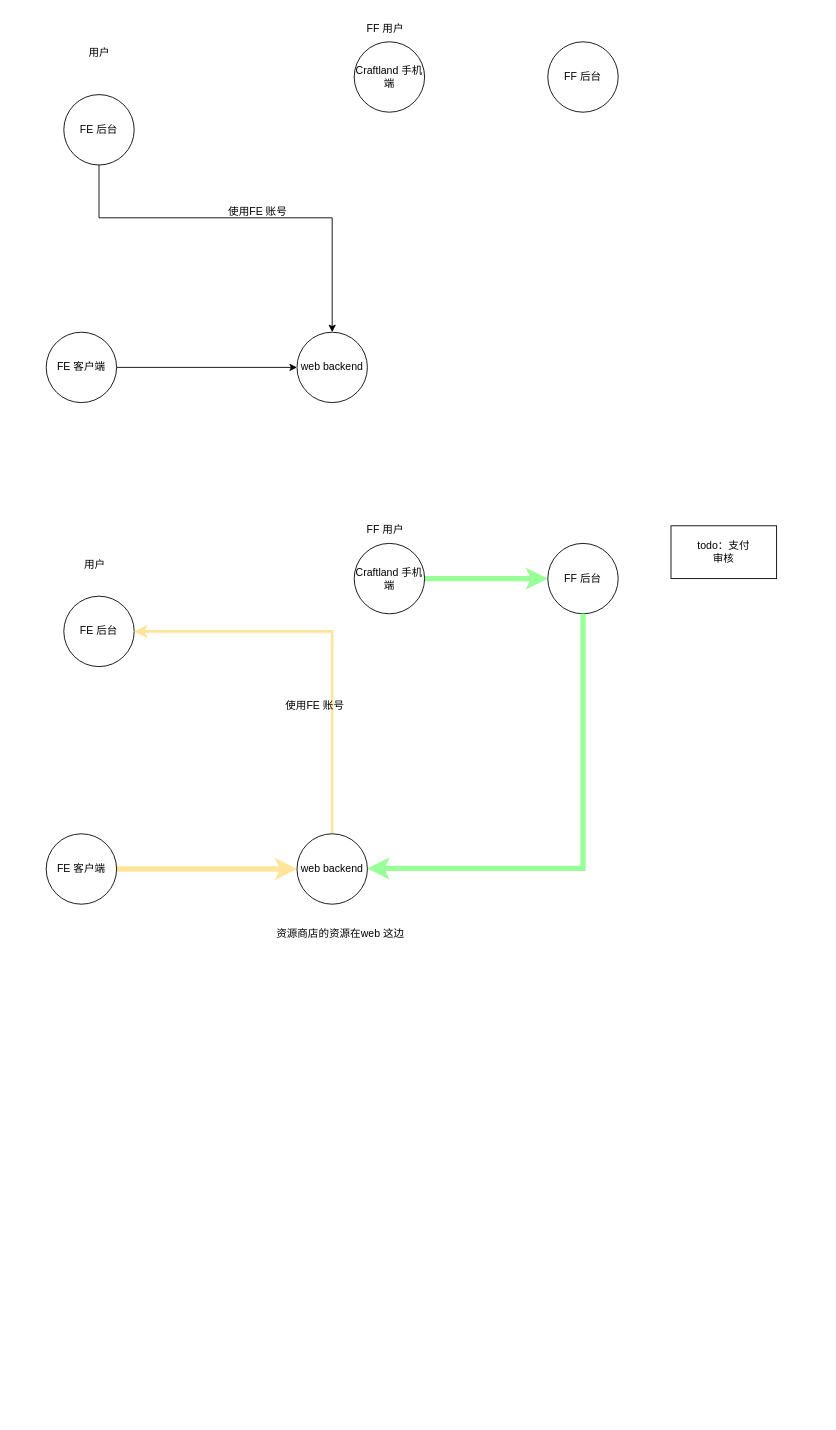
The draw.io diagram 资源商店.drawio in onlyonedaniel/wiki, before the edit. Source tidied: cells renumbered, new cells numbered last; positions are measured from the earlier drawing's top-left corner, leaving out a move shared by most shapes. Both pictures are drawn from the tidied source at 88%, with x=0, y=0 at pixel (46, 15).
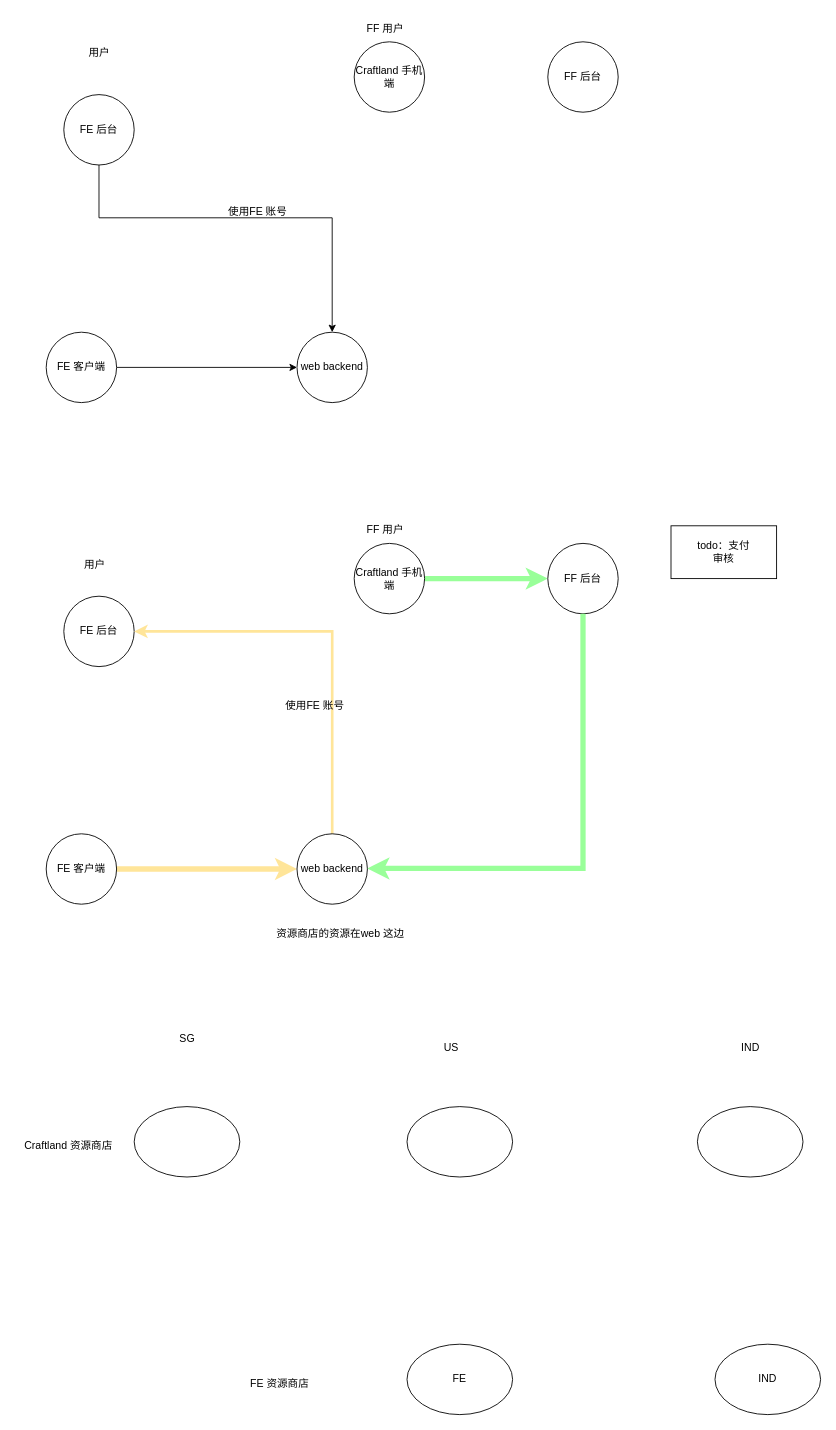
The same page after the edit.

Change to the diagram source:
```diff
@@
+    <mxCell id="26" style="ellipse;whiteSpace=wrap;html=1;" parent="1" vertex="1">
+      <mxGeometry x="100" y="1240" width="120" height="80" as="geometry" />
+    </mxCell>
+    <mxCell id="27" style="ellipse;whiteSpace=wrap;html=1;" parent="1" vertex="1">
+      <mxGeometry x="410" y="1240" width="120" height="80" as="geometry" />
+    </mxCell>
+    <mxCell id="28" style="ellipse;whiteSpace=wrap;html=1;" parent="1" vertex="1">
+      <mxGeometry x="740" y="1240" width="120" height="80" as="geometry" />
+    </mxCell>
+    <mxCell id="29" value="SG" style="text;html=1;align=center;verticalAlign=middle;strokeColor=none;fillColor=none;" parent="1" vertex="1">
+      <mxGeometry x="140" y="1148" width="40" height="30" as="geometry" />
+    </mxCell>
+    <mxCell id="30" value="US" style="text;html=1;align=center;verticalAlign=middle;strokeColor=none;fillColor=none;" parent="1" vertex="1">
+      <mxGeometry x="440" y="1158" width="40" height="30" as="geometry" />
+    </mxCell>
+    <mxCell id="31" value="IND" style="text;html=1;align=center;verticalAlign=middle;strokeColor=none;fillColor=none;" parent="1" vertex="1">
+      <mxGeometry x="780" y="1158" width="40" height="30" as="geometry" />
+    </mxCell>
+    <mxCell id="32" value="Craftland 资源商店" style="text;html=1;align=center;verticalAlign=middle;strokeColor=none;fillColor=none;" parent="1" vertex="1">
+      <mxGeometry x="-35" y="1270" width="120" height="30" as="geometry" />
+    </mxCell>
+    <mxCell id="33" value="FE" style="ellipse;whiteSpace=wrap;html=1;" parent="1" vertex="1">
+      <mxGeometry x="410" y="1510" width="120" height="80" as="geometry" />
+    </mxCell>
+    <mxCell id="34" value="FE 资源商店" style="text;html=1;align=center;verticalAlign=middle;strokeColor=none;fillColor=none;" parent="1" vertex="1">
+      <mxGeometry x="220" y="1540" width="90" height="30" as="geometry" />
+    </mxCell>
+    <mxCell id="35" value="IND" style="ellipse;whiteSpace=wrap;html=1;" parent="1" vertex="1">
+      <mxGeometry x="760" y="1510" width="120" height="80" as="geometry" />
+    </mxCell>
```
